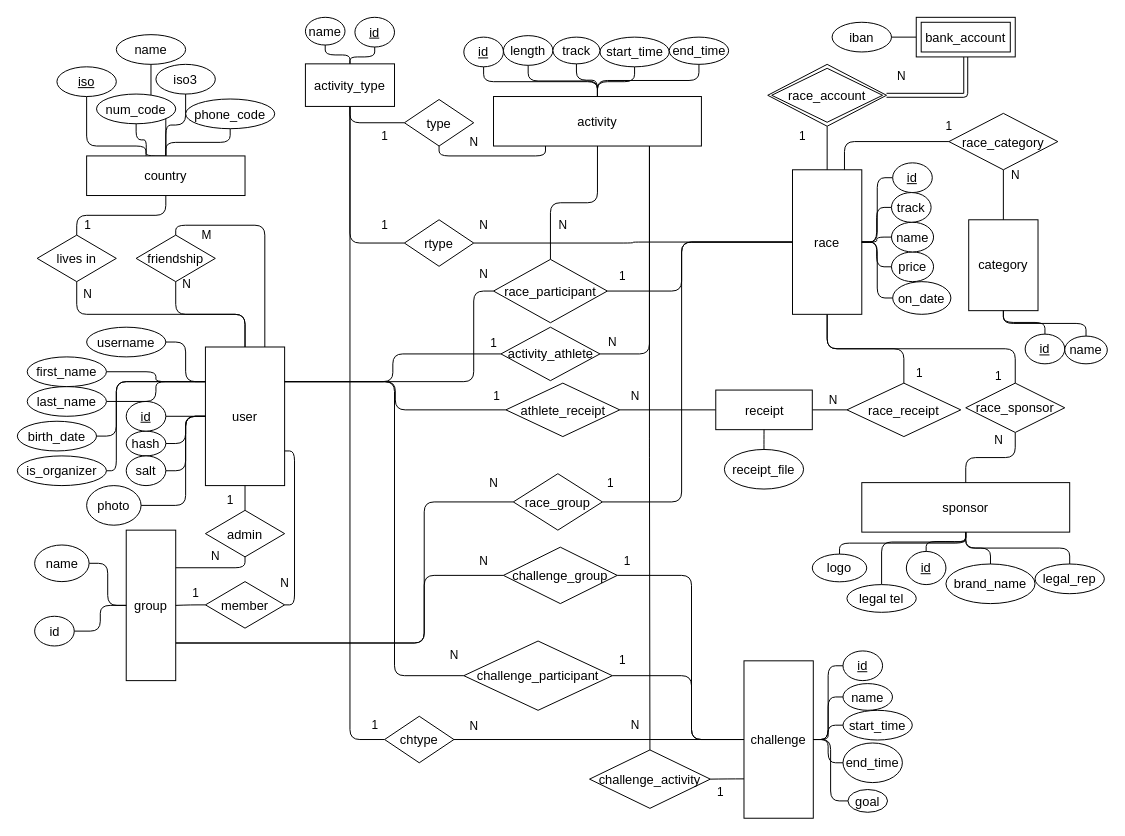
Earlier version of the draw.io diagram page "Conceptual" (3 of 3) of docs/diagramas.drawio (itcr3442/CE3101-StraviaTec). Source tidied: cells renumbered, new cells numbered last; positions are measured from the earlier drawing's top-left corner, leaving out a move shared by most shapes. Both pictures are drawn from the tidied source at 99%, with x=0, y=0 at pixel (17, 17).
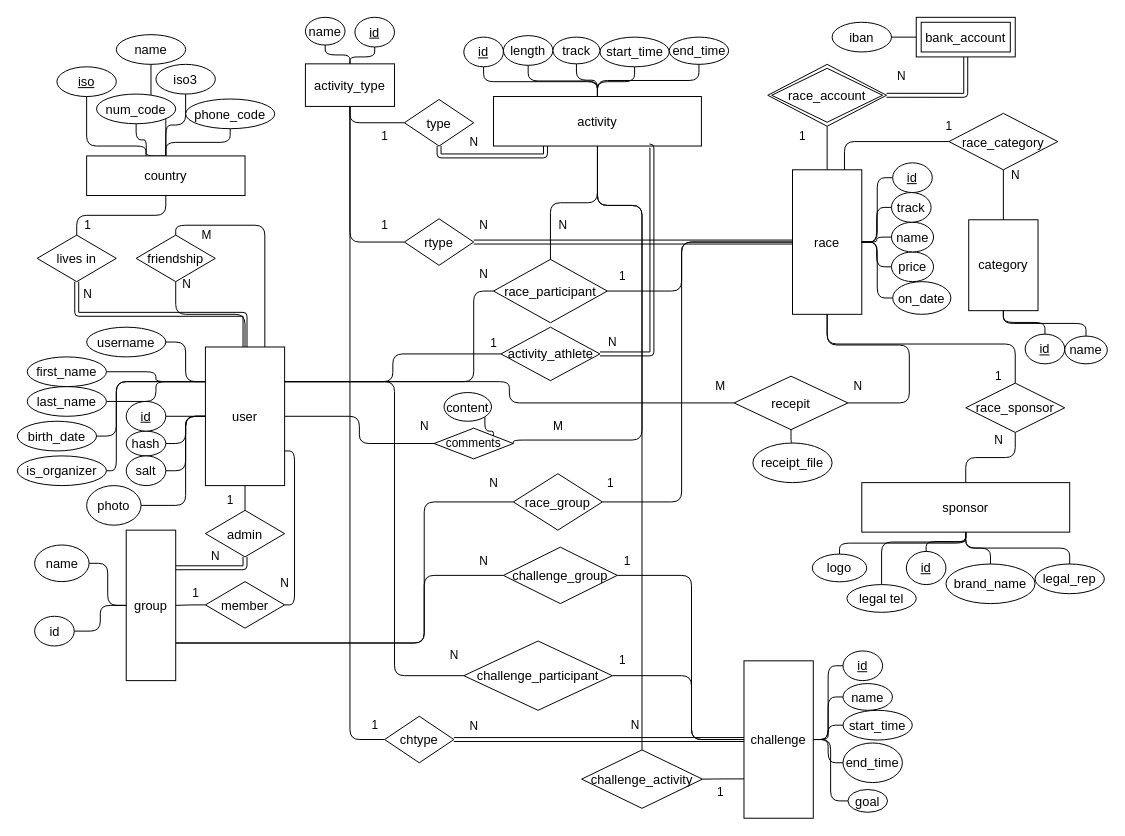
The same diagram, later.

Unchanged cells that the change refers to:
```xml
<mxCell id="5" value="user" style="rounded=0;whiteSpace=wrap;html=1;fontSize=13;" parent="1" vertex="1">
  <mxGeometry x="190" y="333" width="80" height="140" as="geometry" />
</mxCell>
<mxCell id="50" value="lives in" style="rhombus;whiteSpace=wrap;html=1;fontSize=13;" parent="1" vertex="1">
  <mxGeometry x="20" y="220" width="80" height="47" as="geometry" />
</mxCell>
<mxCell id="59" value="activity" style="rounded=0;whiteSpace=wrap;html=1;fontSize=13;" parent="1" vertex="1">
  <mxGeometry x="481" y="80" width="210" height="50" as="geometry" />
</mxCell>
<mxCell id="62" value="group" style="rounded=0;whiteSpace=wrap;html=1;fontSize=13;" parent="1" vertex="1">
  <mxGeometry x="110" y="518" width="50" height="152" as="geometry" />
</mxCell>
<mxCell id="66" value="race" style="rounded=0;whiteSpace=wrap;html=1;fontSize=13;" parent="1" vertex="1">
  <mxGeometry x="783" y="154" width="70" height="146" as="geometry" />
</mxCell>
<mxCell id="68" value="challenge" style="rounded=0;whiteSpace=wrap;html=1;fontSize=13;" parent="1" vertex="1">
  <mxGeometry x="734" y="650" width="70" height="159" as="geometry" />
</mxCell>
<mxCell id="88" value="admin" style="rhombus;whiteSpace=wrap;html=1;fontSize=13;" parent="1" vertex="1">
  <mxGeometry x="190" y="498" width="80" height="47" as="geometry" />
</mxCell>
<mxCell id="90" value="type" style="rhombus;whiteSpace=wrap;html=1;fontSize=13;" parent="1" vertex="1">
  <mxGeometry x="391" y="83" width="70" height="47" as="geometry" />
</mxCell>
<mxCell id="105" value="race_sponsor" style="shape=rhombus;perimeter=rhombusPerimeter;whiteSpace=wrap;html=1;align=center;shadow=0;fontSize=13;strokeColor=default;gradientColor=none;" parent="1" vertex="1">
  <mxGeometry x="958" y="369.5" width="100" height="49.8" as="geometry" />
</mxCell>
<mxCell id="127" value="chtype" style="rhombus;whiteSpace=wrap;html=1;fontSize=13;" parent="1" vertex="1">
  <mxGeometry x="371" y="706" width="70" height="47" as="geometry" />
</mxCell>
<mxCell id="182" value="activity_athlete" style="shape=rhombus;perimeter=rhombusPerimeter;whiteSpace=wrap;html=1;align=center;shadow=0;fontSize=13;strokeColor=default;gradientColor=none;" parent="1" vertex="1">
  <mxGeometry x="488.5" y="313" width="100" height="54" as="geometry" />
</mxCell>
```

The edit, as a diff of the source:
```diff
@@
+    <mxCell id="189" style="edgeStyle=orthogonalEdgeStyle;html=1;exitX=1;exitY=0.5;exitDx=0;exitDy=0;entryX=0;entryY=0.5;entryDx=0;entryDy=0;endArrow=none;endFill=0;" parent="1" edge="1" source="5" target="193">
+      <mxGeometry relative="1" as="geometry" />
+    </mxCell>
@@
-    <mxCell id="49" style="edgeStyle=orthogonalEdgeStyle;html=1;exitX=0.5;exitY=1;exitDx=0;exitDy=0;entryX=0.5;entryY=0;entryDx=0;entryDy=0;fontSize=13;endArrow=none;endFill=0;" parent="1" edge="1" source="50" target="5">
+    <mxCell id="49" style="edgeStyle=orthogonalEdgeStyle;html=1;exitX=0.5;exitY=1;exitDx=0;exitDy=0;entryX=0.5;entryY=0;entryDx=0;entryDy=0;fontSize=13;endArrow=none;endFill=0;shape=link;" parent="1" edge="1" source="50" target="5">
       <mxGeometry relative="1" as="geometry">
         <Array as="points">
           <mxPoint x="60" y="300" />
           <mxPoint x="230" y="300" />
         </Array>
       </mxGeometry>
     </mxCell>
@@
-    <mxCell id="58" style="edgeStyle=orthogonalEdgeStyle;html=1;exitX=0.75;exitY=1;exitDx=0;exitDy=0;entryX=0.5;entryY=0;entryDx=0;entryDy=0;fontSize=13;endArrow=none;endFill=0;" parent="1" edge="1" source="59" target="148">
-      <mxGeometry relative="1" as="geometry" />
+    <mxCell id="58" style="edgeStyle=orthogonalEdgeStyle;html=1;exitX=0.5;exitY=1;exitDx=0;exitDy=0;entryX=0.5;entryY=0;entryDx=0;entryDy=0;fontSize=13;endArrow=none;endFill=0;" parent="1" edge="1" source="59" target="148">
+      <mxGeometry relative="1" as="geometry">
+        <Array as="points">
+          <mxPoint x="586" y="190" />
+          <mxPoint x="631" y="190" />
+        </Array>
+      </mxGeometry>
     </mxCell>
@@
-    <mxCell id="64" style="edgeStyle=orthogonalEdgeStyle;html=1;exitX=0.5;exitY=1;exitDx=0;exitDy=0;entryX=0.5;entryY=0;entryDx=0;entryDy=0;fontSize=13;endArrow=none;endFill=0;" parent="1" edge="1" source="66" target="130">
-      <mxGeometry relative="1" as="geometry" />
-    </mxCell>
     <mxCell id="65" style="edgeStyle=orthogonalEdgeStyle;html=1;exitX=0.5;exitY=1;exitDx=0;exitDy=0;entryX=0.5;entryY=0;entryDx=0;entryDy=0;fontSize=13;endArrow=none;endFill=0;" parent="1" edge="1" source="66" target="105">
-      <mxGeometry relative="1" as="geometry" />
+      <mxGeometry relative="1" as="geometry">
+        <Array as="points">
+          <mxPoint x="818" y="330" />
+          <mxPoint x="1008" y="330" />
+        </Array>
+      </mxGeometry>
     </mxCell>
@@
-    <mxCell id="69" style="edgeStyle=orthogonalEdgeStyle;html=1;exitX=1;exitY=0.5;exitDx=0;exitDy=0;entryX=0;entryY=0.5;entryDx=0;entryDy=0;fontSize=13;endArrow=none;endFill=0;" parent="1" edge="1" source="71" target="130">
-      <mxGeometry relative="1" as="geometry" />
-    </mxCell>
-    <mxCell id="70" style="edgeStyle=orthogonalEdgeStyle;html=1;exitX=0;exitY=0.5;exitDx=0;exitDy=0;entryX=1;entryY=0.5;entryDx=0;entryDy=0;fontSize=13;endArrow=none;endFill=0;" parent="1" edge="1" source="71" target="132">
-      <mxGeometry relative="1" as="geometry" />
-    </mxCell>
-    <mxCell id="71" value="receipt" style="rounded=0;whiteSpace=wrap;html=1;fontSize=13;" parent="1" vertex="1">
-      <mxGeometry x="705.5" y="376.5" width="97.5" height="40" as="geometry" />
-    </mxCell>
@@
-    <mxCell id="86" style="edgeStyle=orthogonalEdgeStyle;html=1;exitX=0.5;exitY=1;exitDx=0;exitDy=0;entryX=1;entryY=0.25;entryDx=0;entryDy=0;fontSize=13;endArrow=none;endFill=0;" parent="1" edge="1" source="88" target="62">
+    <mxCell id="86" style="edgeStyle=orthogonalEdgeStyle;html=1;exitX=0.5;exitY=1;exitDx=0;exitDy=0;entryX=1;entryY=0.25;entryDx=0;entryDy=0;fontSize=13;endArrow=none;endFill=0;shape=link;" parent="1" edge="1" source="88" target="62">
       <mxGeometry relative="1" as="geometry" />
     </mxCell>
@@
-    <mxCell id="89" style="edgeStyle=orthogonalEdgeStyle;html=1;exitX=0.5;exitY=1;exitDx=0;exitDy=0;entryX=0.25;entryY=1;entryDx=0;entryDy=0;fontSize=13;endArrow=none;endFill=0;" parent="1" edge="1" source="90" target="59">
+    <mxCell id="89" style="edgeStyle=orthogonalEdgeStyle;html=1;exitX=0.5;exitY=1;exitDx=0;exitDy=0;entryX=0.25;entryY=1;entryDx=0;entryDy=0;fontSize=13;endArrow=none;endFill=0;shape=link;" parent="1" edge="1" source="90" target="59">
       <mxGeometry relative="1" as="geometry" />
     </mxCell>
@@
-    <mxCell id="106" style="edgeStyle=orthogonalEdgeStyle;html=1;exitX=1;exitY=0.5;exitDx=0;exitDy=0;entryX=0;entryY=0.5;entryDx=0;entryDy=0;fontSize=13;endArrow=none;endFill=0;" parent="1" edge="1" source="107" target="66">
+    <mxCell id="106" style="edgeStyle=orthogonalEdgeStyle;html=1;exitX=1;exitY=0.5;exitDx=0;exitDy=0;entryX=0;entryY=0.5;entryDx=0;entryDy=0;fontSize=13;endArrow=none;endFill=0;shape=link;" parent="1" edge="1" source="107" target="66">
       <mxGeometry relative="1" as="geometry" />
     </mxCell>
     <mxCell id="107" value="rtype" style="rhombus;whiteSpace=wrap;html=1;fontSize=13;" parent="1" vertex="1">
-      <mxGeometry x="391" y="204.5" width="70" height="47" as="geometry" />
+      <mxGeometry x="391" y="203.5" width="70" height="47" as="geometry" />
     </mxCell>
@@
-    <mxCell id="110" style="edgeStyle=orthogonalEdgeStyle;html=1;exitX=0.5;exitY=0;exitDx=0;exitDy=0;entryX=0.5;entryY=1;entryDx=0;entryDy=0;fontSize=13;endArrow=none;endFill=0;" parent="1" edge="1" source="111" target="71">
+    <mxCell id="110" style="edgeStyle=orthogonalEdgeStyle;html=1;exitX=0.5;exitY=0;exitDx=0;exitDy=0;entryX=0.5;entryY=1;entryDx=0;entryDy=0;fontSize=13;endArrow=none;endFill=0;" parent="1" edge="1" source="111" target="132">
       <mxGeometry relative="1" as="geometry" />
     </mxCell>
     <mxCell id="111" value="receipt_file" style="ellipse;whiteSpace=wrap;html=1;fontSize=13;" parent="1" vertex="1">
-      <mxGeometry x="714.2" y="436.5" width="80" height="40" as="geometry" />
+      <mxGeometry x="743" y="430" width="80" height="40" as="geometry" />
     </mxCell>
@@
-    <mxCell id="126" style="edgeStyle=orthogonalEdgeStyle;html=1;exitX=1;exitY=0.5;exitDx=0;exitDy=0;entryX=0;entryY=0.5;entryDx=0;entryDy=0;fontSize=13;endArrow=none;endFill=0;" parent="1" edge="1" source="127" target="68">
+    <mxCell id="126" style="edgeStyle=orthogonalEdgeStyle;html=1;exitX=1;exitY=0.5;exitDx=0;exitDy=0;entryX=0;entryY=0.5;entryDx=0;entryDy=0;fontSize=13;endArrow=none;endFill=0;shape=link;" parent="1" edge="1" source="127" target="68">
       <mxGeometry relative="1" as="geometry" />
     </mxCell>
@@
-    <mxCell id="130" value="race_receipt" style="rhombus;whiteSpace=wrap;html=1;fontSize=13;" parent="1" vertex="1">
-      <mxGeometry x="838" y="369.5" width="115" height="54" as="geometry" />
-    </mxCell>
@@
+    <mxCell id="190" style="edgeStyle=orthogonalEdgeStyle;html=1;exitX=1;exitY=0.5;exitDx=0;exitDy=0;entryX=0.5;entryY=1;entryDx=0;entryDy=0;endArrow=none;endFill=0;" parent="1" edge="1" source="132" target="66">
+      <mxGeometry relative="1" as="geometry">
+        <Array as="points">
+          <mxPoint x="901" y="390" />
+          <mxPoint x="901" y="331" />
+          <mxPoint x="818" y="331" />
+        </Array>
+      </mxGeometry>
+    </mxCell>
-    <mxCell id="132" value="athlete_receipt" style="rhombus;whiteSpace=wrap;html=1;fontSize=13;" parent="1" vertex="1">
-      <mxGeometry x="493.5" y="369.5" width="115" height="54" as="geometry" />
+    <mxCell id="132" value="recepit" style="rhombus;whiteSpace=wrap;html=1;fontSize=13;" parent="1" vertex="1">
+      <mxGeometry x="724" y="362.5" width="115" height="54" as="geometry" />
     </mxCell>
@@
     <mxCell id="148" value="challenge_activity" style="shape=rhombus;perimeter=rhombusPerimeter;whiteSpace=wrap;html=1;align=center;shadow=0;fontSize=13;strokeColor=default;gradientColor=none;" parent="1" vertex="1">
-      <mxGeometry x="578" y="740" width="122" height="59" as="geometry" />
+      <mxGeometry x="570" y="740" width="122" height="59" as="geometry" />
     </mxCell>
@@
-    <mxCell id="168" value="1" style="text;html=1;align=center;verticalAlign=middle;strokeColor=none;fillColor=none;" parent="1" vertex="1">
-      <mxGeometry x="473.5" y="373" width="20" height="20" as="geometry" />
-    </mxCell>
     <mxCell id="169" value="N" style="text;html=1;align=center;verticalAlign=middle;strokeColor=none;fillColor=none;" parent="1" vertex="1">
-      <mxGeometry x="613.5" y="373" width="20" height="20" as="geometry" />
+      <mxGeometry x="839" y="362.5" width="20" height="20" as="geometry" />
     </mxCell>
-    <mxCell id="170" value="N" style="text;html=1;align=center;verticalAlign=middle;strokeColor=none;fillColor=none;" parent="1" vertex="1">
-      <mxGeometry x="814" y="376.5" width="20" height="20" as="geometry" />
-    </mxCell>
-    <mxCell id="171" value="1" style="text;html=1;align=center;verticalAlign=middle;strokeColor=none;fillColor=none;" parent="1" vertex="1">
-      <mxGeometry x="901" y="350" width="20" height="20" as="geometry" />
-    </mxCell>
@@
-    <mxCell id="181" style="edgeStyle=orthogonalEdgeStyle;html=1;exitX=1;exitY=0.5;exitDx=0;exitDy=0;entryX=0.75;entryY=1;entryDx=0;entryDy=0;endArrow=none;endFill=0;" parent="1" edge="1" source="182" target="59">
-      <mxGeometry relative="1" as="geometry" />
+    <mxCell id="181" style="edgeStyle=orthogonalEdgeStyle;html=1;exitX=1;exitY=0.5;exitDx=0;exitDy=0;entryX=0.75;entryY=1;entryDx=0;entryDy=0;endArrow=none;endFill=0;shape=link;" parent="1" edge="1" source="182" target="59">
+      <mxGeometry relative="1" as="geometry">
+        <Array as="points">
+          <mxPoint x="641" y="340" />
+          <mxPoint x="641" y="130" />
+        </Array>
+      </mxGeometry>
     </mxCell>
@@
+    <mxCell id="191" value="M" style="text;html=1;align=center;verticalAlign=middle;strokeColor=none;fillColor=none;" parent="1" vertex="1">
+      <mxGeometry x="695" y="362.5" width="30" height="20" as="geometry" />
+    </mxCell>
+    <mxCell id="192" style="edgeStyle=orthogonalEdgeStyle;html=1;exitX=1;exitY=0.5;exitDx=0;exitDy=0;entryX=0.5;entryY=1;entryDx=0;entryDy=0;endArrow=none;endFill=0;" parent="1" edge="1" source="193" target="59">
+      <mxGeometry relative="1" as="geometry">
+        <Array as="points">
+          <mxPoint x="631" y="427" />
+          <mxPoint x="631" y="190" />
+          <mxPoint x="586" y="190" />
+        </Array>
+      </mxGeometry>
+    </mxCell>
+    <mxCell id="193" value="comments" style="shape=rhombus;perimeter=rhombusPerimeter;whiteSpace=wrap;html=1;align=center;" parent="1" vertex="1">
+      <mxGeometry x="421" y="415" width="80" height="31" as="geometry" />
+    </mxCell>
+    <mxCell id="194" value="M" style="text;html=1;align=center;verticalAlign=middle;strokeColor=none;fillColor=none;" parent="1" vertex="1">
+      <mxGeometry x="531" y="403" width="30" height="20" as="geometry" />
+    </mxCell>
+    <mxCell id="170" value="N" style="text;html=1;align=center;verticalAlign=middle;strokeColor=none;fillColor=none;" parent="1" vertex="1">
+      <mxGeometry x="401" y="403" width="20" height="20" as="geometry" />
+    </mxCell>
+    <mxCell id="195" style="edgeStyle=orthogonalEdgeStyle;html=1;exitX=1;exitY=1;exitDx=0;exitDy=0;entryX=1;entryY=0;entryDx=0;entryDy=0;endArrow=none;endFill=0;" parent="1" edge="1" source="196" target="193">
+      <mxGeometry relative="1" as="geometry" />
+    </mxCell>
+    <mxCell id="196" value="content" style="ellipse;whiteSpace=wrap;html=1;fontSize=13;" parent="1" vertex="1">
+      <mxGeometry x="431" y="379" width="48" height="29" as="geometry" />
+    </mxCell>
```
